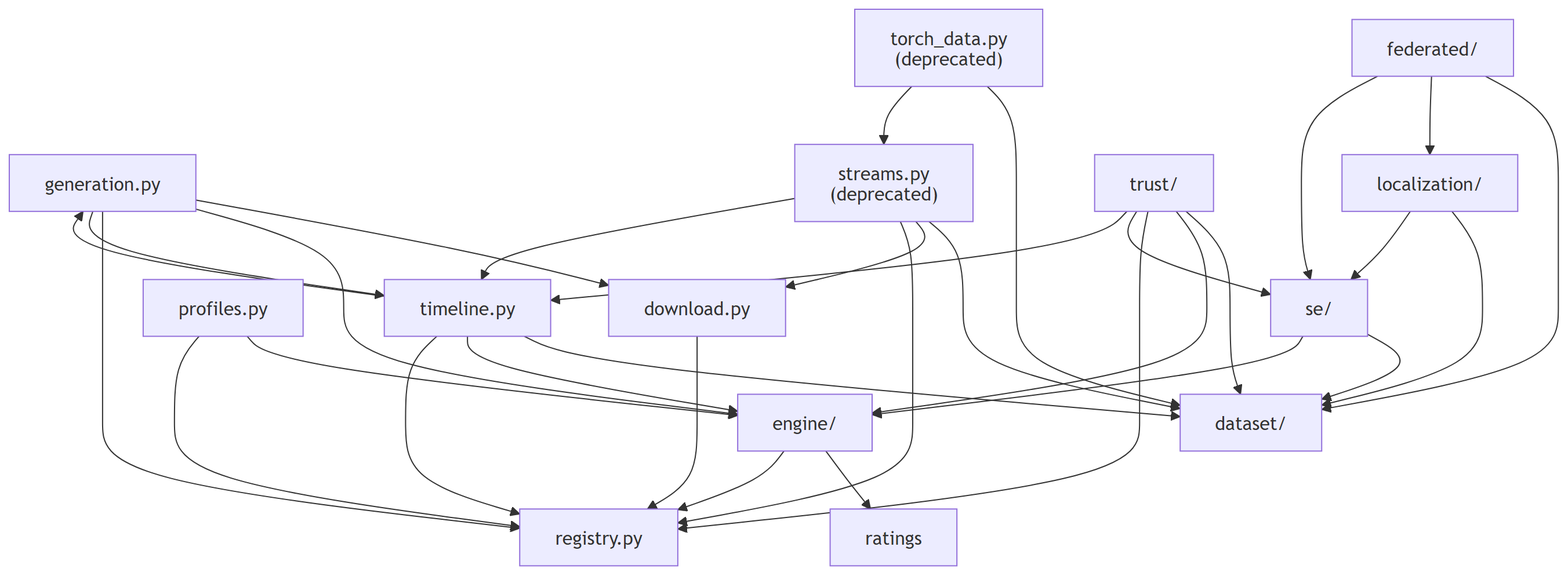
Earlier version of the Mermaid export docs/figures/diagrams/modules.png (myersben9/fdia-graph). Its source is kept beside it as docs/figures/diagrams/modules.mmd.
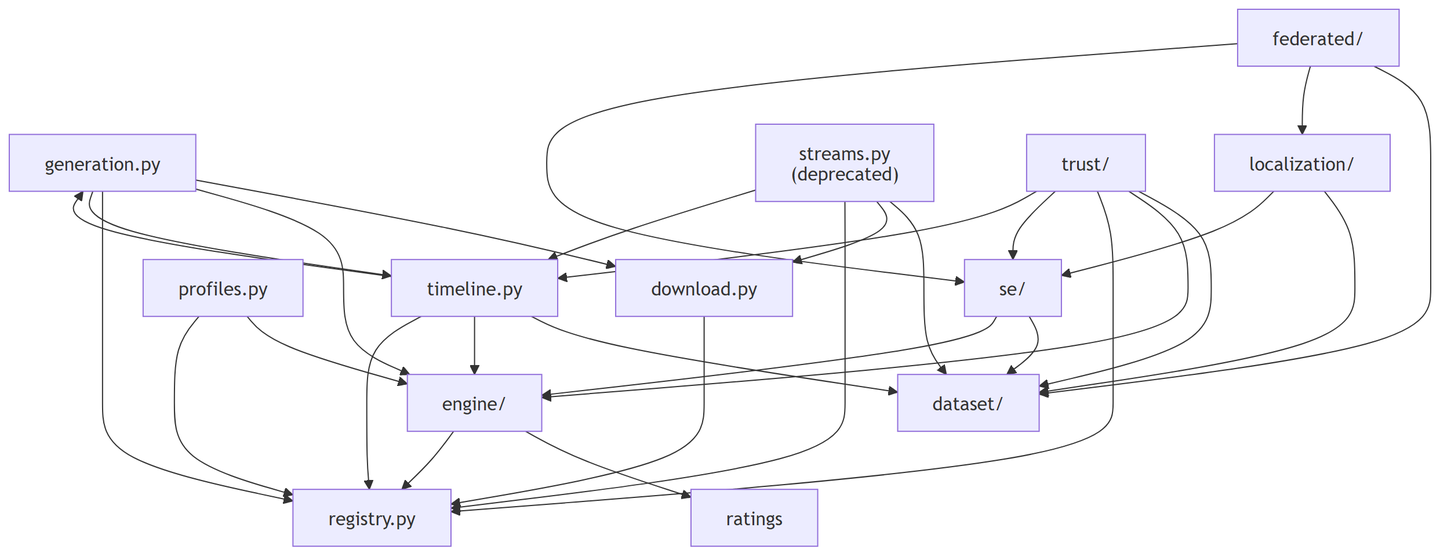
After the change.

What changed in the source:
```diff
@@ -11,7 +11,6 @@
     se["se/"]
     streams["streams.py<br/>(deprecated)"]
     timeline["timeline.py"]
-    torch_data["torch_data.py<br/>(deprecated)"]
     trust["trust/"]
     download --> registry
     engine --> ratings
@@ -37,8 +36,6 @@
     timeline --> engine
     timeline --> generation
     timeline --> registry
-    torch_data --> dataset
-    torch_data --> streams
     trust --> dataset
     trust --> engine
     trust --> registry
```
